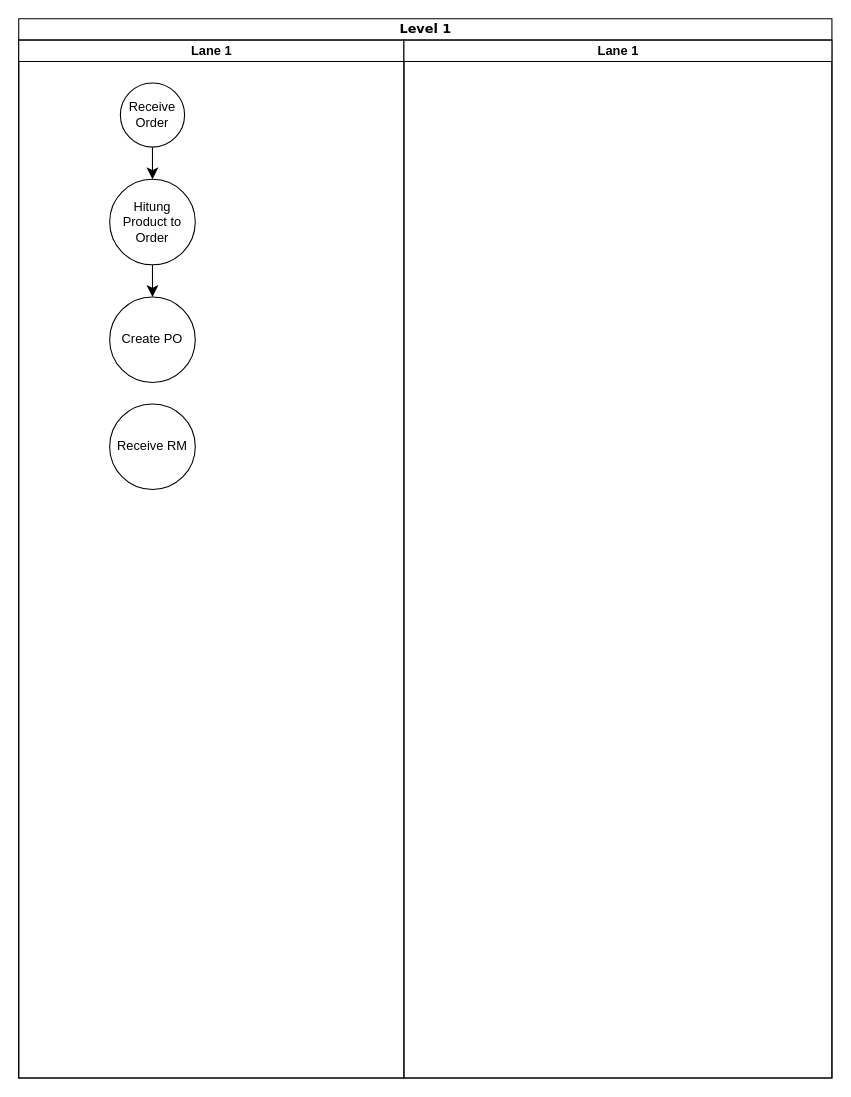
Above: page "Lvl 1 Receive Material" (4 of 5) of Untitled Diagram.drawio in hendrasaputra0501/pemi-ay-bpa (draw.io), before the change. Source tidied: cells renumbered, new cells numbered last; positions are measured from the earlier drawing's top-left corner, leaving out a move shared by most shapes. Both pictures are drawn from the tidied source at 107%, with x=0, y=0 at pixel (18, 18).
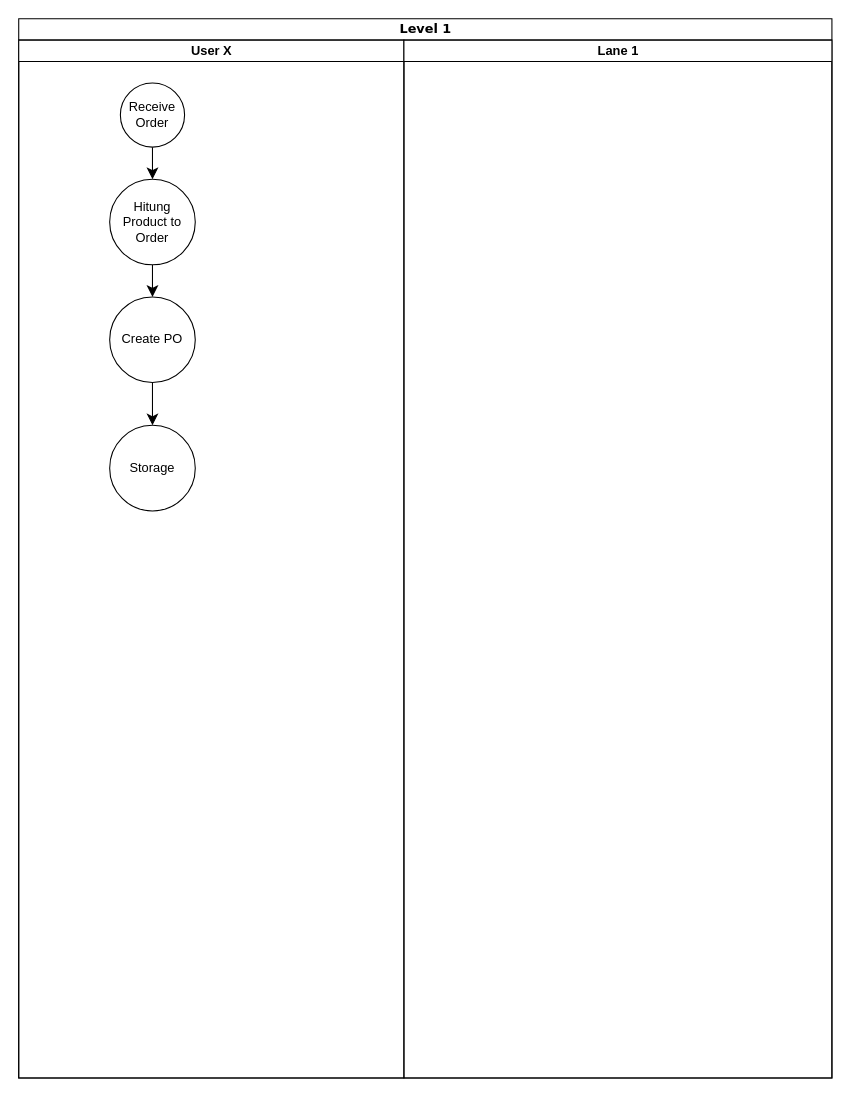
The same page after the edit.

Diff of the diagram source:
```diff
@@
 <mxGraphModel>
   <root>
     <mxCell id="0" />
     <mxCell id="1" parent="0" />
     <mxCell id="2" value="Level 1" style="swimlane;html=1;startSize=20;rounded=0;shadow=0;comic=0;labelBackgroundColor=none;strokeWidth=1;fontFamily=Verdana;fontSize=12;align=center;" parent="1" vertex="1">
       <mxGeometry width="760" height="990" as="geometry" />
     </mxCell>
-    <mxCell id="3" value="Lane 1" style="swimlane;html=1;startSize=20;" parent="2" vertex="1">
+    <mxCell id="3" value="User X" style="swimlane;html=1;startSize=20;" parent="2" vertex="1">
       <mxGeometry y="20" width="360" height="970" as="geometry" />
     </mxCell>
     <mxCell id="4" style="edgeStyle=none;curved=1;rounded=0;orthogonalLoop=1;jettySize=auto;html=1;exitX=0.75;exitY=0;exitDx=0;exitDy=0;fontSize=12;startSize=8;endSize=8;" parent="3" edge="1">
       <mxGeometry relative="1" as="geometry">
         <mxPoint x="100" y="80" as="sourcePoint" />
         <mxPoint x="100" y="80" as="targetPoint" />
       </mxGeometry>
     </mxCell>
     <mxCell id="5" style="edgeStyle=none;curved=1;rounded=0;jettySize=auto;html=1;entryX=0.5;entryY=0;entryDx=0;entryDy=0;fontSize=12;startSize=8;endSize=8;" parent="3" edge="1" source="6">
       <mxGeometry relative="1" as="geometry">
         <mxPoint x="125" y="130" as="targetPoint" />
       </mxGeometry>
     </mxCell>
     <mxCell id="6" value="Receive&lt;br&gt;Order" style="ellipse;whiteSpace=wrap;html=1;" parent="3" vertex="1">
       <mxGeometry x="95" y="40" width="60" height="60" as="geometry" />
     </mxCell>
     <mxCell id="7" style="edgeStyle=none;curved=1;rounded=0;jettySize=auto;html=1;entryX=0.5;entryY=0;entryDx=0;entryDy=0;fontSize=12;startSize=8;endSize=8;" parent="3" edge="1" source="8" target="9">
       <mxGeometry relative="1" as="geometry" />
     </mxCell>
     <mxCell id="8" value="Hitung Product to Order" style="ellipse;whiteSpace=wrap;html=1;" parent="3" vertex="1">
       <mxGeometry x="85" y="130" width="80" height="80" as="geometry" />
     </mxCell>
+    <mxCell id="13" style="edgeStyle=none;curved=1;rounded=0;jettySize=auto;html=1;fontSize=12;startSize=8;endSize=8;" parent="3" edge="1" source="9" target="10">
+      <mxGeometry relative="1" as="geometry" />
+    </mxCell>
     <mxCell id="9" value="Create PO" style="ellipse;whiteSpace=wrap;html=1;" parent="3" vertex="1">
       <mxGeometry x="85" y="240" width="80" height="80" as="geometry" />
     </mxCell>
-    <mxCell id="10" value="Receive RM" style="ellipse;whiteSpace=wrap;html=1;" parent="3" vertex="1">
-      <mxGeometry x="85" y="340" width="80" height="80" as="geometry" />
+    <mxCell id="10" value="Storage" style="ellipse;whiteSpace=wrap;html=1;" parent="3" vertex="1">
+      <mxGeometry x="85" y="360" width="80" height="80" as="geometry" />
     </mxCell>
     <mxCell id="11" value="Lane 1" style="swimlane;html=1;startSize=20;" parent="2" vertex="1">
       <mxGeometry x="360" y="20" width="400" height="970" as="geometry" />
     </mxCell>
     <mxCell id="12" style="edgeStyle=none;curved=1;rounded=0;orthogonalLoop=1;jettySize=auto;html=1;exitX=0.75;exitY=0;exitDx=0;exitDy=0;fontSize=12;startSize=8;endSize=8;" parent="11" edge="1">
       <mxGeometry relative="1" as="geometry">
         <mxPoint x="100" y="80" as="sourcePoint" />
         <mxPoint x="100" y="80" as="targetPoint" />
       </mxGeometry>
     </mxCell>
   </root>
 </mxGraphModel>
```
